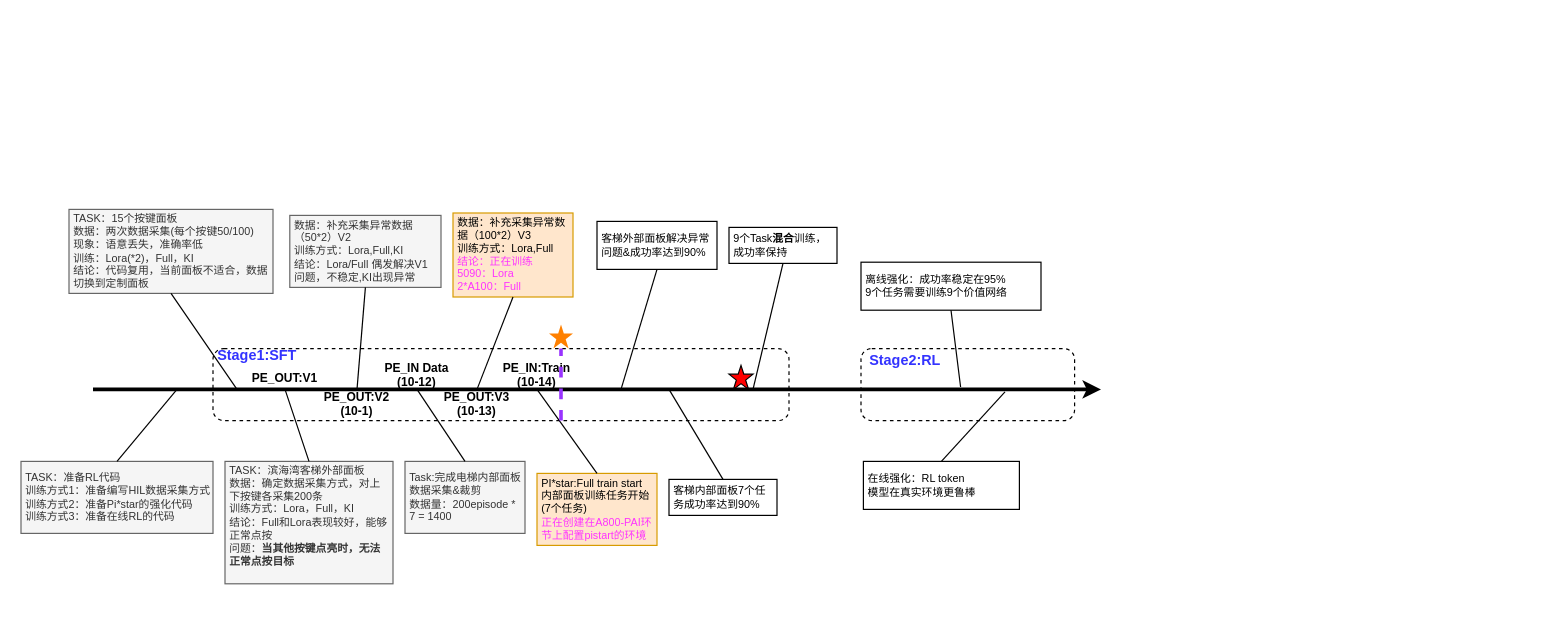
This is LLM/VLA/VLA-电梯按键场景.drawio from mailonghua/drawio, a draw.io file, before an edit. Source tidied: cells renumbered, new cells numbered last; positions are measured from the earlier drawing's top-left corner, leaving out a move shared by most shapes. Both pictures are drawn from the tidied source at 120%, with x=0, y=0 at pixel (20, 209).
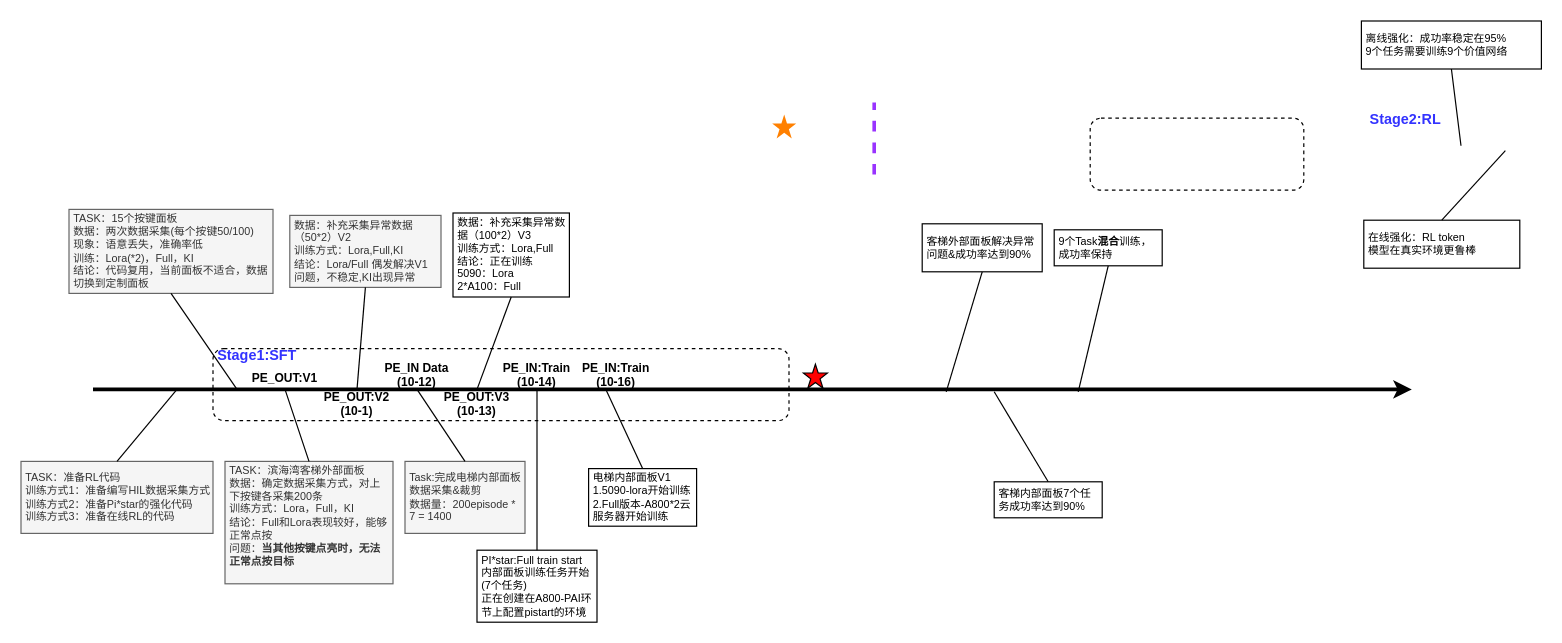
After the change.

Commit message:
更新VLA-电梯按键场景.drawio

Diff of the diagram source:
```diff
@@
     <mxCell id="2" style="rounded=1;whiteSpace=wrap;html=1;dashed=1;" parent="1" vertex="1">
-      <mxGeometry x="700" y="116" width="178" height="60" as="geometry" />
+      <mxGeometry x="891" y="-76" width="178" height="60" as="geometry" />
     </mxCell>
@@
-    <mxCell id="17" value="数据：补充采集异常数据（100*2）V3&lt;br&gt;训练方式：Lora,Full&lt;br&gt;&lt;span style=&quot;color: rgb(255, 51, 255);&quot;&gt;结论：正在训练&lt;br&gt;5090：Lora&lt;br&gt;2*A100：Full&lt;/span&gt;" style="whiteSpace=wrap;html=1;rounded=0;arcSize=50;align=left;verticalAlign=middle;strokeWidth=1;spacing=4;newEdgeStyle={&quot;edgeStyle&quot;:&quot;entityRelationEdgeStyle&quot;,&quot;startArrow&quot;:&quot;none&quot;,&quot;endArrow&quot;:&quot;none&quot;,&quot;segment&quot;:10,&quot;curved&quot;:1,&quot;sourcePerimeterSpacing&quot;:0,&quot;targetPerimeterSpacing&quot;:0};fontSize=9;fillColor=#ffe6cc;strokeColor=#d79b00;" parent="1" vertex="1">
-      <mxGeometry x="360" y="3" width="100" height="70" as="geometry" />
+    <mxCell id="17" value="数据：补充采集异常数据（100*2）V3&lt;br&gt;训练方式：Lora,Full&lt;br&gt;&lt;span style=&quot;color: rgb(0, 0, 0);&quot;&gt;结论：正在训练&lt;br&gt;5090：Lora&lt;br&gt;2*A100：Full&lt;/span&gt;" style="whiteSpace=wrap;html=1;rounded=0;arcSize=50;align=left;verticalAlign=middle;strokeWidth=1;spacing=4;newEdgeStyle={&quot;edgeStyle&quot;:&quot;entityRelationEdgeStyle&quot;,&quot;startArrow&quot;:&quot;none&quot;,&quot;endArrow&quot;:&quot;none&quot;,&quot;segment&quot;:10,&quot;curved&quot;:1,&quot;sourcePerimeterSpacing&quot;:0,&quot;targetPerimeterSpacing&quot;:0};fontSize=9;" parent="1" vertex="1">
+      <mxGeometry x="360" y="3" width="97" height="70" as="geometry" />
     </mxCell>
@@
-    <mxCell id="20" value="PI*star:Full train start&lt;br&gt;内部面板训练任务开始(7个任务)&lt;br&gt;&lt;span style=&quot;color: rgb(255, 51, 255);&quot;&gt;正在创建在A800-PAI环节上配置pistart的环境&lt;/span&gt;" style="whiteSpace=wrap;html=1;rounded=0;arcSize=50;align=left;verticalAlign=middle;strokeWidth=1;spacing=4;newEdgeStyle={&quot;edgeStyle&quot;:&quot;entityRelationEdgeStyle&quot;,&quot;startArrow&quot;:&quot;none&quot;,&quot;endArrow&quot;:&quot;none&quot;,&quot;segment&quot;:10,&quot;curved&quot;:1,&quot;sourcePerimeterSpacing&quot;:0,&quot;targetPerimeterSpacing&quot;:0};fillColor=#ffe6cc;strokeColor=#d79b00;fontSize=9;" parent="1" vertex="1">
-      <mxGeometry x="430" y="220" width="100" height="60" as="geometry" />
+    <mxCell id="20" value="PI*star:Full train start&lt;br&gt;内部面板训练任务开始(7个任务)&lt;br&gt;&lt;span style=&quot;&quot;&gt;正在创建在A800-PAI环节上配置pistart的环境&lt;/span&gt;" style="whiteSpace=wrap;html=1;rounded=0;arcSize=50;align=left;verticalAlign=middle;strokeWidth=1;spacing=4;newEdgeStyle={&quot;edgeStyle&quot;:&quot;entityRelationEdgeStyle&quot;,&quot;startArrow&quot;:&quot;none&quot;,&quot;endArrow&quot;:&quot;none&quot;,&quot;segment&quot;:10,&quot;curved&quot;:1,&quot;sourcePerimeterSpacing&quot;:0,&quot;targetPerimeterSpacing&quot;:0};fontSize=9;" parent="1" vertex="1">
+      <mxGeometry x="380" y="284" width="100" height="60" as="geometry" />
     </mxCell>
@@
     <mxCell id="23" style="verticalLabelPosition=bottom;verticalAlign=top;html=1;shape=mxgraph.basic.star;fillColor=#FF0000;" parent="1" vertex="1">
-      <mxGeometry x="590" y="130" width="20" height="20" as="geometry" />
+      <mxGeometry x="652" y="129" width="20" height="20" as="geometry" />
     </mxCell>
     <mxCell id="24" value="客梯外部面板解决异常问题&amp;amp;成功率达到90%" style="whiteSpace=wrap;html=1;rounded=0;arcSize=50;align=left;verticalAlign=middle;strokeWidth=1;spacing=4;newEdgeStyle={&quot;edgeStyle&quot;:&quot;entityRelationEdgeStyle&quot;,&quot;startArrow&quot;:&quot;none&quot;,&quot;endArrow&quot;:&quot;none&quot;,&quot;segment&quot;:10,&quot;curved&quot;:1,&quot;sourcePerimeterSpacing&quot;:0,&quot;targetPerimeterSpacing&quot;:0};fontSize=9;" parent="1" vertex="1">
-      <mxGeometry x="480" y="10" width="100" height="40" as="geometry" />
+      <mxGeometry x="751" y="12" width="100" height="40" as="geometry" />
     </mxCell>
     <mxCell id="25" style="startArrow=none;endArrow=none;segment=10;sourcePerimeterSpacing=0;targetPerimeterSpacing=0;rounded=0;entryX=0.5;entryY=1;entryDx=0;entryDy=0;" parent="1" edge="1" target="24">
       <mxGeometry relative="1" as="geometry">
-        <mxPoint x="500" y="150" as="sourcePoint" />
+        <mxPoint x="771" y="152" as="sourcePoint" />
       </mxGeometry>
     </mxCell>
@@
     <mxCell id="27" style="endArrow=classic;html=1;rounded=0;curved=1;strokeWidth=3;" parent="1" edge="1">
       <mxGeometry relative="1" as="geometry">
         <mxPoint x="60" y="150" as="sourcePoint" />
-        <mxPoint x="900" y="150" as="targetPoint" />
+        <mxPoint x="1159" y="150" as="targetPoint" />
       </mxGeometry>
     </mxCell>
     <mxCell id="28" style="verticalLabelPosition=bottom;verticalAlign=top;html=1;shape=mxgraph.basic.star;fillColor=#FF8000;strokeColor=none;" parent="1" vertex="1">
-      <mxGeometry x="440" y="96" width="20" height="20" as="geometry" />
+      <mxGeometry x="626" y="-79" width="20" height="20" as="geometry" />
     </mxCell>
     <mxCell id="29" value="客梯内部面板7个任务成功率达到90%" style="whiteSpace=wrap;html=1;rounded=0;arcSize=50;align=left;verticalAlign=middle;strokeWidth=1;spacing=4;newEdgeStyle={&quot;edgeStyle&quot;:&quot;entityRelationEdgeStyle&quot;,&quot;startArrow&quot;:&quot;none&quot;,&quot;endArrow&quot;:&quot;none&quot;,&quot;segment&quot;:10,&quot;curved&quot;:1,&quot;sourcePerimeterSpacing&quot;:0,&quot;targetPerimeterSpacing&quot;:0};fontSize=9;" parent="1" vertex="1">
-      <mxGeometry x="540" y="225" width="90" height="30" as="geometry" />
+      <mxGeometry x="811" y="227" width="90" height="30" as="geometry" />
     </mxCell>
     <mxCell id="30" style="startArrow=none;endArrow=none;segment=10;sourcePerimeterSpacing=0;targetPerimeterSpacing=0;rounded=0;entryX=0.5;entryY=0;entryDx=0;entryDy=0;" parent="1" edge="1" target="29">
       <mxGeometry relative="1" as="geometry">
-        <mxPoint x="540" y="150" as="sourcePoint" />
+        <mxPoint x="811" y="152" as="sourcePoint" />
       </mxGeometry>
     </mxCell>
     <mxCell id="31" value="Stage2:RL" style="text;html=1;whiteSpace=wrap;strokeColor=none;fillColor=none;align=center;verticalAlign=middle;rounded=0;fontStyle=1;fontColor=#3333FF;" parent="1" vertex="1">
-      <mxGeometry x="702" y="116" width="70" height="20" as="geometry" />
+      <mxGeometry x="1119" y="-85" width="70" height="20" as="geometry" />
     </mxCell>
     <mxCell id="32" value="离线强化：成功率稳定在95%&lt;br&gt;9个任务需要训练9个价值网络" style="whiteSpace=wrap;html=1;rounded=0;arcSize=50;align=left;verticalAlign=middle;strokeWidth=1;spacing=4;newEdgeStyle={&quot;edgeStyle&quot;:&quot;entityRelationEdgeStyle&quot;,&quot;startArrow&quot;:&quot;none&quot;,&quot;endArrow&quot;:&quot;none&quot;,&quot;segment&quot;:10,&quot;curved&quot;:1,&quot;sourcePerimeterSpacing&quot;:0,&quot;targetPerimeterSpacing&quot;:0};fontSize=9;" parent="1" vertex="1">
-      <mxGeometry x="700" y="44" width="150" height="40" as="geometry" />
+      <mxGeometry x="1117" y="-157" width="150" height="40" as="geometry" />
     </mxCell>
     <mxCell id="33" style="startArrow=none;endArrow=none;segment=10;sourcePerimeterSpacing=0;targetPerimeterSpacing=0;rounded=0;entryX=0.5;entryY=1;entryDx=0;entryDy=0;" parent="1" edge="1" target="32">
       <mxGeometry relative="1" as="geometry">
-        <mxPoint x="783" y="148" as="sourcePoint" />
+        <mxPoint x="1200" y="-53" as="sourcePoint" />
       </mxGeometry>
     </mxCell>
     <mxCell id="34" value="9个Task&lt;b&gt;混合&lt;/b&gt;训练，成功率保持" style="whiteSpace=wrap;html=1;rounded=0;arcSize=50;align=left;verticalAlign=middle;strokeWidth=1;spacing=4;newEdgeStyle={&quot;edgeStyle&quot;:&quot;entityRelationEdgeStyle&quot;,&quot;startArrow&quot;:&quot;none&quot;,&quot;endArrow&quot;:&quot;none&quot;,&quot;segment&quot;:10,&quot;curved&quot;:1,&quot;sourcePerimeterSpacing&quot;:0,&quot;targetPerimeterSpacing&quot;:0};fontSize=9;" parent="1" vertex="1">
-      <mxGeometry x="590" y="15" width="90" height="30" as="geometry" />
+      <mxGeometry x="861" y="17" width="90" height="30" as="geometry" />
     </mxCell>
     <mxCell id="35" style="startArrow=none;endArrow=none;segment=10;sourcePerimeterSpacing=0;targetPerimeterSpacing=0;rounded=0;entryX=0.5;entryY=1;entryDx=0;entryDy=0;" parent="1" edge="1" target="34">
       <mxGeometry relative="1" as="geometry">
-        <mxPoint x="610" y="150" as="sourcePoint" />
+        <mxPoint x="881" y="152" as="sourcePoint" />
       </mxGeometry>
     </mxCell>
     <mxCell id="36" value="在线强化：RL token&lt;br&gt;模型在真实环境更鲁棒" style="whiteSpace=wrap;html=1;rounded=0;arcSize=50;align=left;verticalAlign=middle;strokeWidth=1;spacing=4;newEdgeStyle={&quot;edgeStyle&quot;:&quot;entityRelationEdgeStyle&quot;,&quot;startArrow&quot;:&quot;none&quot;,&quot;endArrow&quot;:&quot;none&quot;,&quot;segment&quot;:10,&quot;curved&quot;:1,&quot;sourcePerimeterSpacing&quot;:0,&quot;targetPerimeterSpacing&quot;:0};fontSize=9;" parent="1" vertex="1">
-      <mxGeometry x="702" y="210" width="130" height="40" as="geometry" />
+      <mxGeometry x="1119" y="9" width="130" height="40" as="geometry" />
     </mxCell>
     <mxCell id="37" style="startArrow=none;endArrow=none;segment=10;sourcePerimeterSpacing=0;targetPerimeterSpacing=0;rounded=0;entryX=0.5;entryY=0;entryDx=0;entryDy=0;" parent="1" edge="1" target="36">
       <mxGeometry relative="1" as="geometry">
-        <mxPoint x="820" y="152" as="sourcePoint" />
+        <mxPoint x="1237" y="-49" as="sourcePoint" />
       </mxGeometry>
     </mxCell>
     <mxCell id="38" style="endArrow=none;html=1;rounded=0;curved=1;strokeWidth=3;dashed=1;strokeColor=#9933FF;" parent="1" edge="1">
       <mxGeometry relative="1" as="geometry">
-        <mxPoint x="450" y="176" as="sourcePoint" />
-        <mxPoint x="450" y="116" as="targetPoint" />
+        <mxPoint x="711" y="-29" as="sourcePoint" />
+        <mxPoint x="711" y="-89" as="targetPoint" />
         <Array as="points">
-          <mxPoint x="450" y="176" />
+          <mxPoint x="711" y="-29" />
         </Array>
       </mxGeometry>
     </mxCell>
+    <mxCell id="39" value="电梯内部面板V1&lt;br&gt;1.5090-lora开始训练&lt;br&gt;2.Full版本-A800*2云服务器开始训练" style="whiteSpace=wrap;html=1;rounded=0;arcSize=50;align=left;verticalAlign=middle;strokeWidth=1;spacing=4;newEdgeStyle={&quot;edgeStyle&quot;:&quot;entityRelationEdgeStyle&quot;,&quot;startArrow&quot;:&quot;none&quot;,&quot;endArrow&quot;:&quot;none&quot;,&quot;segment&quot;:10,&quot;curved&quot;:1,&quot;sourcePerimeterSpacing&quot;:0,&quot;targetPerimeterSpacing&quot;:0};fontSize=9;" parent="1" vertex="1">
+      <mxGeometry x="473" y="216" width="90" height="48" as="geometry" />
+    </mxCell>
+    <mxCell id="40" style="startArrow=none;endArrow=none;segment=10;sourcePerimeterSpacing=0;targetPerimeterSpacing=0;rounded=0;entryX=0.5;entryY=0;entryDx=0;entryDy=0;" parent="1" edge="1" target="39">
+      <mxGeometry relative="1" as="geometry">
+        <mxPoint x="487.4" y="150" as="sourcePoint" />
+      </mxGeometry>
+    </mxCell>
+    <mxCell id="41" value="PE_IN:Train&lt;br&gt;(10-16)" style="text;html=1;whiteSpace=wrap;strokeColor=none;fillColor=none;align=center;verticalAlign=middle;rounded=0;fontSize=10;fontStyle=1;" parent="1" vertex="1">
+      <mxGeometry x="466" y="128" width="60" height="20" as="geometry" />
+    </mxCell>
```
